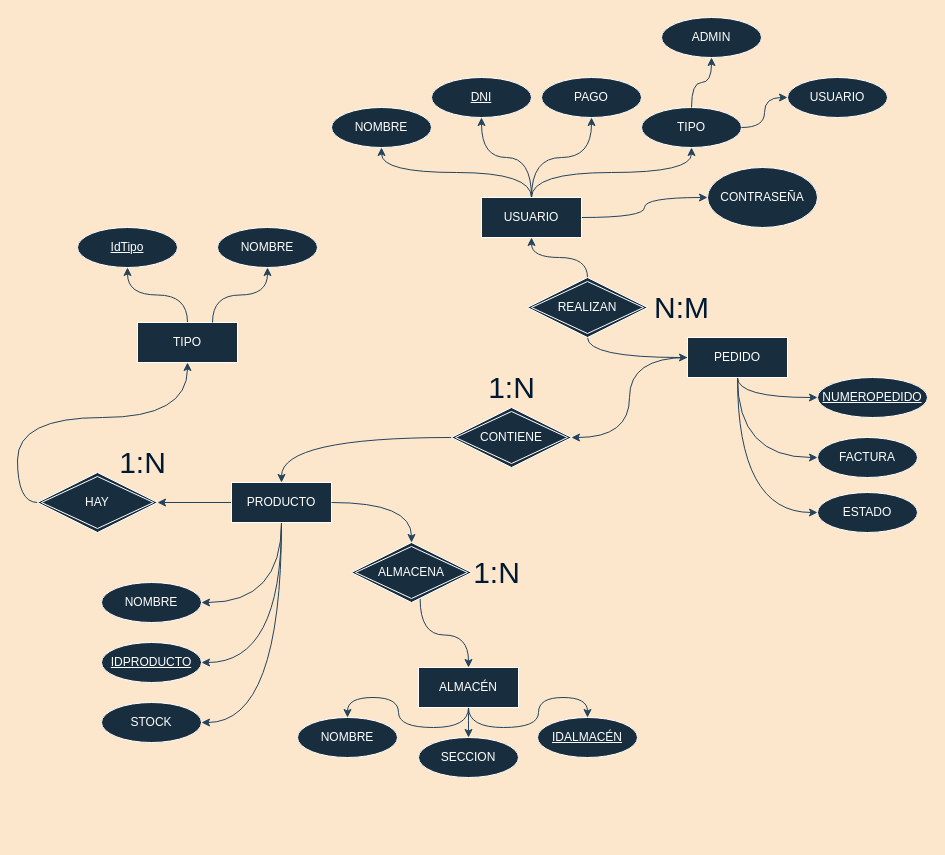
Before: La Estanteria entidadrelacion.drawio in joeljnq/laEstanteria, a draw.io diagram. Source tidied: cells renumbered, new cells numbered last; positions are measured from the earlier drawing's top-left corner, leaving out a move shared by most shapes. Both pictures are drawn from the tidied source at 100%, with x=0, y=0 at pixel (37, 17).
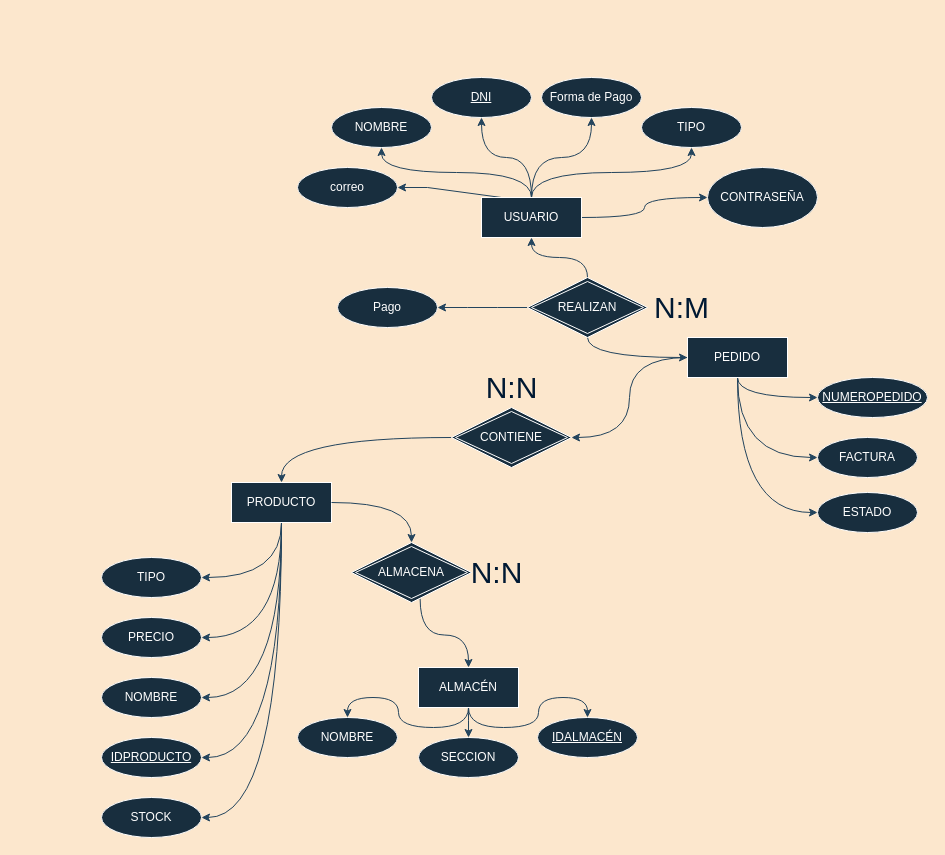
The same diagram, later.

Unchanged cells that the change refers to:
```xml
<mxCell id="6" value="PRODUCTO" style="whiteSpace=wrap;html=1;align=center;fillColor=#182E3E;strokeColor=#FFFFFF;fontColor=#FFFFFF;labelBackgroundColor=none;" parent="1" vertex="1">
  <mxGeometry x="194" y="465" width="100" height="40" as="geometry" />
</mxCell>
<mxCell id="23" value="USUARIO" style="whiteSpace=wrap;html=1;align=center;fillColor=#182E3E;strokeColor=#FFFFFF;fontColor=#FFFFFF;labelBackgroundColor=none;" parent="1" vertex="1">
  <mxGeometry x="444" y="180" width="100" height="40" as="geometry" />
</mxCell>
<mxCell id="34" value="TIPO" style="ellipse;whiteSpace=wrap;html=1;align=center;fontStyle=0;fillColor=#182E3E;strokeColor=#FFFFFF;fontColor=#FFFFFF;labelBackgroundColor=none;" parent="1" vertex="1">
  <mxGeometry x="604" y="90" width="100" height="40" as="geometry" />
</mxCell>
<mxCell id="39" value="REALIZAN" style="shape=rhombus;double=1;perimeter=rhombusPerimeter;whiteSpace=wrap;html=1;align=center;strokeColor=#FFFFFF;fontColor=#FFFFFF;fillColor=#182E3E;labelBackgroundColor=none;" parent="1" vertex="1">
  <mxGeometry x="490" y="260" width="120" height="60" as="geometry" />
</mxCell>
```

Diff of the diagram source:
```diff
@@
-    <mxCell id="5" style="edgeStyle=orthogonalEdgeStyle;rounded=0;jettySize=auto;html=1;labelBackgroundColor=#FCE7CD;strokeColor=#23445D;" parent="1" edge="1" source="6" target="51">
-      <mxGeometry relative="1" as="geometry" />
-    </mxCell>
+    <mxCell id="59" style="edgeStyle=orthogonalEdgeStyle;rounded=0;jettySize=auto;html=1;exitX=0.5;exitY=1;exitDx=0;exitDy=0;entryX=1;entryY=0.5;entryDx=0;entryDy=0;curved=1;labelBackgroundColor=#FCE7CD;strokeColor=#23445D;" parent="1" edge="1" source="6" target="45">
+      <mxGeometry relative="1" as="geometry" />
+    </mxCell>
+    <mxCell id="60" style="edgeStyle=orthogonalEdgeStyle;rounded=0;jettySize=auto;html=1;exitX=0.5;exitY=1;exitDx=0;exitDy=0;entryX=1;entryY=0.5;entryDx=0;entryDy=0;curved=1;labelBackgroundColor=#FCE7CD;strokeColor=#23445D;" parent="1" edge="1" source="6" target="65">
+      <mxGeometry relative="1" as="geometry" />
+    </mxCell>
@@
+    <mxCell id="61" style="edgeStyle=entityRelationEdgeStyle;rounded=0;jettySize=auto;html=1;exitX=0.5;exitY=0;exitDx=0;exitDy=0;entryX=1;entryY=0.5;entryDx=0;entryDy=0;labelBackgroundColor=#FCE7CD;strokeColor=#23445D;" parent="1" edge="1" source="23" target="63">
+      <mxGeometry relative="1" as="geometry" />
+    </mxCell>
@@
     <mxCell id="24" value="IDPRODUCTO" style="ellipse;whiteSpace=wrap;html=1;align=center;fontStyle=4;fillColor=#182E3E;strokeColor=#FFFFFF;fontColor=#FFFFFF;labelBackgroundColor=none;" parent="1" vertex="1">
-      <mxGeometry x="64" y="625" width="100" height="40" as="geometry" />
+      <mxGeometry x="64" y="720" width="100" height="40" as="geometry" />
     </mxCell>
     <mxCell id="25" value="STOCK" style="ellipse;whiteSpace=wrap;html=1;align=center;fontStyle=0;fillColor=#182E3E;strokeColor=#FFFFFF;fontColor=#FFFFFF;labelBackgroundColor=none;" parent="1" vertex="1">
-      <mxGeometry x="64" y="685" width="100" height="40" as="geometry" />
+      <mxGeometry x="64" y="780" width="100" height="40" as="geometry" />
     </mxCell>
     <mxCell id="26" value="NOMBRE" style="ellipse;whiteSpace=wrap;html=1;align=center;fontStyle=0;fillColor=#182E3E;strokeColor=#FFFFFF;fontColor=#FFFFFF;labelBackgroundColor=none;" parent="1" vertex="1">
-      <mxGeometry x="64" y="565" width="100" height="40" as="geometry" />
+      <mxGeometry x="64" y="660" width="100" height="40" as="geometry" />
     </mxCell>
@@
-    <mxCell id="33" value="PAGO" style="ellipse;whiteSpace=wrap;html=1;align=center;fontStyle=0;fillColor=#182E3E;strokeColor=#FFFFFF;fontColor=#FFFFFF;labelBackgroundColor=none;" parent="1" vertex="1">
+    <mxCell id="33" value="Forma de Pago" style="ellipse;whiteSpace=wrap;html=1;align=center;fontStyle=0;fillColor=#182E3E;strokeColor=#FFFFFF;fontColor=#FFFFFF;labelBackgroundColor=none;" parent="1" vertex="1">
       <mxGeometry x="504" y="60" width="100" height="40" as="geometry" />
     </mxCell>
@@
+    <mxCell id="62" style="edgeStyle=entityRelationEdgeStyle;rounded=0;jettySize=auto;html=1;exitX=0;exitY=0.5;exitDx=0;exitDy=0;labelBackgroundColor=#FCE7CD;strokeColor=#23445D;" parent="1" edge="1" source="39" target="64">
+      <mxGeometry relative="1" as="geometry" />
+    </mxCell>
@@
-    <mxCell id="44" style="edgeStyle=orthogonalEdgeStyle;curved=1;rounded=0;jettySize=auto;html=1;exitX=0.5;exitY=0;exitDx=0;exitDy=0;entryX=0.5;entryY=1;entryDx=0;entryDy=0;strokeColor=#23445D;startArrow=none;startFill=0;endArrow=classic;endFill=1;labelBackgroundColor=#FCE7CD;" parent="1" edge="1" source="45" target="54">
-      <mxGeometry relative="1" as="geometry" />
-    </mxCell>
-    <mxCell id="45" value="TIPO" style="whiteSpace=wrap;html=1;align=center;fillColor=#182E3E;strokeColor=#FFFFFF;fontColor=#FFFFFF;labelBackgroundColor=none;" parent="1" vertex="1">
-      <mxGeometry x="100" y="305" width="100" height="40" as="geometry" />
-    </mxCell>
-    <mxCell id="46" style="edgeStyle=orthogonalEdgeStyle;rounded=0;jettySize=auto;html=1;curved=1;labelBackgroundColor=#FCE7CD;strokeColor=#23445D;startArrow=classic;startFill=1;endArrow=none;endFill=0;" parent="1" edge="1" source="47" target="34">
-      <mxGeometry relative="1" as="geometry" />
-    </mxCell>
-    <mxCell id="47" value="USUARIO" style="ellipse;whiteSpace=wrap;html=1;align=center;fontStyle=0;fillColor=#182E3E;strokeColor=#FFFFFF;fontColor=#FFFFFF;labelBackgroundColor=none;" parent="1" vertex="1">
-      <mxGeometry x="750" y="60" width="100" height="40" as="geometry" />
-    </mxCell>
-    <mxCell id="48" style="edgeStyle=orthogonalEdgeStyle;rounded=0;jettySize=auto;html=1;curved=1;labelBackgroundColor=#FCE7CD;strokeColor=#23445D;startArrow=classic;startFill=1;endArrow=none;endFill=0;" parent="1" edge="1" source="49" target="34">
-      <mxGeometry relative="1" as="geometry" />
-    </mxCell>
-    <mxCell id="49" value="ADMIN" style="ellipse;whiteSpace=wrap;html=1;align=center;fontStyle=0;fillColor=#182E3E;strokeColor=#FFFFFF;fontColor=#FFFFFF;labelBackgroundColor=none;" parent="1" vertex="1">
-      <mxGeometry x="624" width="100" height="40" as="geometry" />
-    </mxCell>
-    <mxCell id="50" style="edgeStyle=orthogonalEdgeStyle;rounded=0;jettySize=auto;html=1;exitX=0;exitY=0.5;exitDx=0;exitDy=0;labelBackgroundColor=#FCE7CD;strokeColor=#23445D;curved=1;" parent="1" edge="1" source="51" target="45">
-      <mxGeometry relative="1" as="geometry" />
-    </mxCell>
-    <mxCell id="51" value="HAY" style="shape=rhombus;double=1;perimeter=rhombusPerimeter;whiteSpace=wrap;html=1;align=center;strokeColor=#FFFFFF;fontColor=#FFFFFF;fillColor=#182E3E;labelBackgroundColor=none;" parent="1" vertex="1">
-      <mxGeometry y="455" width="120" height="60" as="geometry" />
-    </mxCell>
-    <mxCell id="52" style="edgeStyle=orthogonalEdgeStyle;rounded=0;jettySize=auto;html=1;entryX=0.75;entryY=0;entryDx=0;entryDy=0;curved=1;labelBackgroundColor=#FCE7CD;strokeColor=#23445D;endArrow=none;endFill=0;startArrow=classic;startFill=1;" parent="1" edge="1" source="53" target="45">
-      <mxGeometry relative="1" as="geometry" />
-    </mxCell>
-    <mxCell id="53" value="NOMBRE" style="ellipse;whiteSpace=wrap;html=1;align=center;fontStyle=0;fillColor=#182E3E;strokeColor=#FFFFFF;fontColor=#FFFFFF;labelBackgroundColor=none;" parent="1" vertex="1">
-      <mxGeometry x="180" y="210" width="100" height="40" as="geometry" />
-    </mxCell>
-    <mxCell id="54" value="IdTipo" style="ellipse;whiteSpace=wrap;html=1;align=center;fontStyle=4;fillColor=#182E3E;strokeColor=#FFFFFF;fontColor=#FFFFFF;labelBackgroundColor=none;" parent="1" vertex="1">
-      <mxGeometry x="40" y="210" width="100" height="40" as="geometry" />
-    </mxCell>
-    <mxCell id="55" value="&lt;font style=&quot;font-size: 30px;&quot;&gt;1:N&lt;/font&gt;" style="text;html=1;align=center;verticalAlign=middle;strokeColor=none;fillColor=none;fontColor=#001933;" parent="1" vertex="1">
-      <mxGeometry x="424" y="530" width="70" height="50" as="geometry" />
+    <mxCell id="55" value="&lt;font style=&quot;font-size: 30px;&quot;&gt;N:N&lt;/font&gt;" style="text;html=1;align=center;verticalAlign=middle;strokeColor=none;fillColor=none;fontColor=#001933;" parent="1" vertex="1">
+      <mxGeometry x="419" y="530" width="80" height="50" as="geometry" />
     </mxCell>
-    <mxCell id="56" value="1:N" style="text;html=1;align=center;verticalAlign=middle;strokeColor=none;fillColor=none;fontColor=#001933;fontSize=30;" parent="1" vertex="1">
-      <mxGeometry x="439" y="345" width="70" height="50" as="geometry" />
+    <mxCell id="56" value="N:N" style="text;html=1;align=center;verticalAlign=middle;strokeColor=none;fillColor=none;fontColor=#001933;fontSize=30;" parent="1" vertex="1">
+      <mxGeometry x="434" y="345" width="80" height="50" as="geometry" />
     </mxCell>
-    <mxCell id="57" value="1:N" style="text;html=1;align=center;verticalAlign=middle;strokeColor=none;fillColor=none;fontColor=#001933;fontSize=30;" parent="1" vertex="1">
-      <mxGeometry x="70" y="420" width="70" height="50" as="geometry" />
-    </mxCell>
@@
+    <mxCell id="63" value="correo" style="ellipse;whiteSpace=wrap;html=1;align=center;fontStyle=0;fillColor=#182E3E;strokeColor=#FFFFFF;fontColor=#FFFFFF;labelBackgroundColor=none;" parent="1" vertex="1">
+      <mxGeometry x="260" y="150" width="100" height="40" as="geometry" />
+    </mxCell>
+    <mxCell id="64" value="Pago" style="ellipse;whiteSpace=wrap;html=1;align=center;fontStyle=0;fillColor=#182E3E;strokeColor=#FFFFFF;fontColor=#FFFFFF;labelBackgroundColor=none;" parent="1" vertex="1">
+      <mxGeometry x="300" y="270" width="100" height="40" as="geometry" />
+    </mxCell>
+    <mxCell id="45" value="TIPO" style="ellipse;whiteSpace=wrap;html=1;align=center;fontStyle=0;fillColor=#182E3E;strokeColor=#FFFFFF;fontColor=#FFFFFF;labelBackgroundColor=none;" parent="1" vertex="1">
+      <mxGeometry x="64" y="540" width="100" height="40" as="geometry" />
+    </mxCell>
+    <mxCell id="65" value="PRECIO" style="ellipse;whiteSpace=wrap;html=1;align=center;fontStyle=0;fillColor=#182E3E;strokeColor=#FFFFFF;fontColor=#FFFFFF;labelBackgroundColor=none;" parent="1" vertex="1">
+      <mxGeometry x="64" y="600" width="100" height="40" as="geometry" />
+    </mxCell>
```
